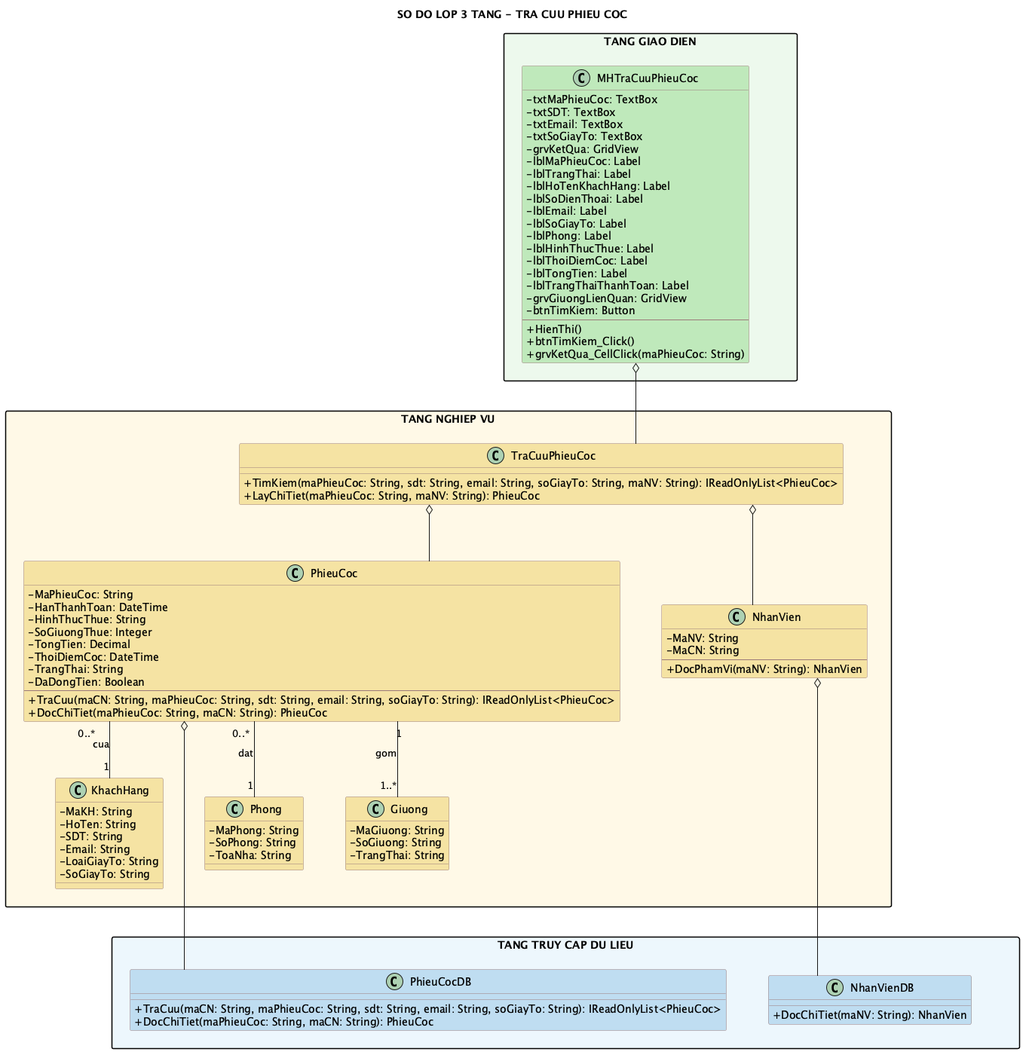
Before: diagram/png/tra-cuu-phieu-coc-class.png, a diagram exported from PlantUML (Ming1309/HomeStay-Dorm).
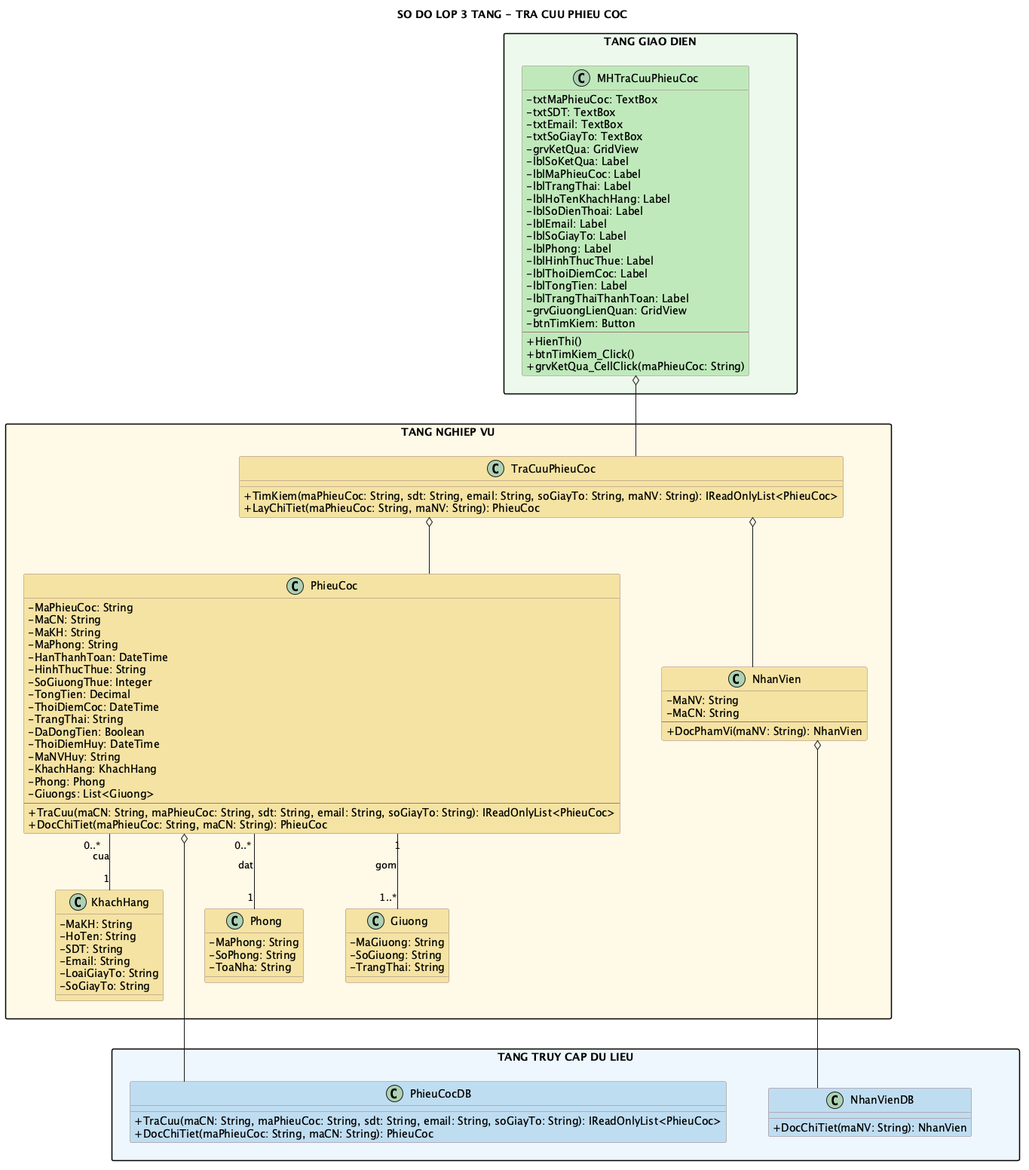
Above is the later version.

Change to the diagram source:
```diff
@@ -18,6 +18,7 @@
     - txtEmail: TextBox
     - txtSoGiayTo: TextBox
     - grvKetQua: GridView
+    - lblSoKetQua: Label
     - lblMaPhieuCoc: Label
     - lblTrangThai: Label
     - lblHoTenKhachHang: Label
@@ -52,6 +53,9 @@
 
   class PhieuCoc #F4E3A2 {
     - MaPhieuCoc: String
+    - MaCN: String
+    - MaKH: String
+    - MaPhong: String
     - HanThanhToan: DateTime
     - HinhThucThue: String
     - SoGiuongThue: Integer
@@ -59,6 +63,11 @@
     - ThoiDiemCoc: DateTime
     - TrangThai: String
     - DaDongTien: Boolean
+    - ThoiDiemHuy: DateTime
+    - MaNVHuy: String
+    - KhachHang: KhachHang
+    - Phong: Phong
+    - Giuongs: List<Giuong>
     --
     + TraCuu(maCN: String, maPhieuCoc: String, sdt: String, email: String, soGiayTo: String): IReadOnlyList<PhieuCoc>
     + DocChiTiet(maPhieuCoc: String, maCN: String): PhieuCoc
```
